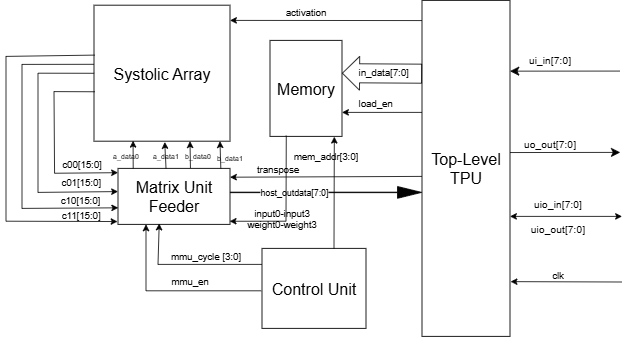
WilliamZhang20/ECE298A-TPU keeps this draw.io diagram as docs/ECE298A-TPU.png. Above is the earlier version. Source tidied: cells renumbered, new cells last; positions are measured from the earlier drawing's top-left corner, leaving out a move shared by most shapes.
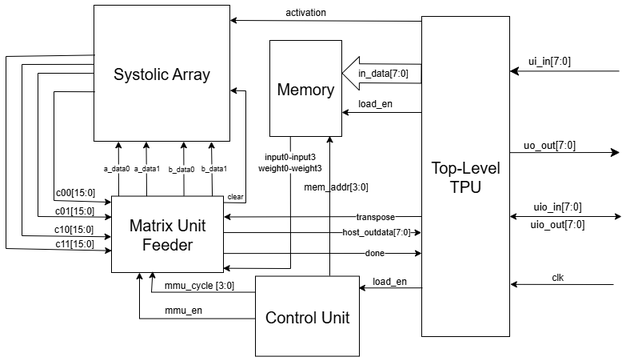
The same diagram one commit later.

Commit message:
Try replacing block diagram

The edit, as a diff of the source:
```diff
@@ -6,16 +6,16 @@
       <mxGeometry x="110" y="6" width="170" height="170" as="geometry" />
     </mxCell>
     <mxCell id="3" value="Top-Level&lt;div&gt;TPU&lt;/div&gt;" style="rounded=0;whiteSpace=wrap;html=1;fontSize=20;" parent="1" vertex="1">
-      <mxGeometry x="520" width="110" height="420" as="geometry" />
+      <mxGeometry x="520" y="20" width="110" height="400" as="geometry" />
     </mxCell>
     <mxCell id="4" value="Memory" style="rounded=0;whiteSpace=wrap;html=1;fontSize=20;" parent="1" vertex="1">
       <mxGeometry x="330" y="50" width="90" height="120" as="geometry" />
     </mxCell>
     <mxCell id="5" value="Control Unit" style="rounded=0;whiteSpace=wrap;html=1;fontSize=20;" parent="1" vertex="1">
-      <mxGeometry x="320" y="310" width="130" height="100" as="geometry" />
+      <mxGeometry x="312" y="344.6" width="130" height="100" as="geometry" />
     </mxCell>
     <mxCell id="6" value="Matrix Unit Feeder" style="rounded=0;whiteSpace=wrap;html=1;fontSize=20;" parent="1" vertex="1">
-      <mxGeometry x="140" y="210" width="140" height="70" as="geometry" />
+      <mxGeometry x="132" y="244.6" width="140" height="95.4" as="geometry" />
     </mxCell>
     <mxCell id="7" style="endArrow=classic;html=1;rounded=0;entryX=1.027;entryY=0.33;entryDx=0;entryDy=0;entryPerimeter=0;startSize=20;endSize=9;jumpSize=8;" parent="1" edge="1">
       <mxGeometry relative="1" as="geometry">
@@ -42,10 +42,10 @@
       </mxGeometry>
     </mxCell>
     <mxCell id="12" value="uio_in[7:0]" style="text;html=1;align=center;verticalAlign=middle;whiteSpace=wrap;rounded=0;fontSize=13;" parent="1" vertex="1">
-      <mxGeometry x="660" y="240" width="60" height="30" as="geometry" />
+      <mxGeometry x="660" y="242" width="60" height="30" as="geometry" />
     </mxCell>
     <mxCell id="13" value="uio_out&lt;span style=&quot;background-color: transparent; color: light-dark(rgb(0, 0, 0), rgb(255, 255, 255));&quot;&gt;[7:0]&lt;/span&gt;" style="text;html=1;align=center;verticalAlign=middle;whiteSpace=wrap;rounded=0;fontSize=13;" parent="1" vertex="1">
-      <mxGeometry x="660" y="261" width="60" height="50" as="geometry" />
+      <mxGeometry x="660" y="259" width="60" height="41" as="geometry" />
     </mxCell>
     <mxCell id="14" style="shape=flexArrow;endArrow=classic;html=1;rounded=0;endWidth=17.460317460317462;endSize=6.828571428571428;width=23.80952380952381;" parent="1" edge="1">
       <mxGeometry relative="1" as="geometry">
@@ -64,162 +64,212 @@
     <mxCell id="17" value="load_en" style="text;html=1;align=center;verticalAlign=middle;whiteSpace=wrap;rounded=0;" parent="1" vertex="1">
       <mxGeometry x="432" y="114" width="60" height="30" as="geometry" />
     </mxCell>
-    <mxCell id="18" style="endArrow=classic;html=1;rounded=0;exitX=0.62;exitY=-0.004;exitDx=0;exitDy=0;exitPerimeter=0;" parent="1" edge="1">
+    <mxCell id="18" style="endArrow=classic;html=1;rounded=0;entryX=0.833;entryY=0.994;entryDx=0;entryDy=0;entryPerimeter=0;" parent="1" edge="1" target="4">
       <mxGeometry relative="1" as="geometry">
-        <mxPoint x="410" y="310" as="sourcePoint" />
-        <mxPoint x="410.4" y="170.4" as="targetPoint" />
+        <mxPoint x="405" y="344" as="sourcePoint" />
       </mxGeometry>
     </mxCell>
     <mxCell id="19" value="mem_addr[3:0]" style="text;html=1;align=center;verticalAlign=middle;whiteSpace=wrap;rounded=0;" parent="1" vertex="1">
-      <mxGeometry x="370" y="180" width="60" height="30" as="geometry" />
+      <mxGeometry x="383" y="217.6" width="60" height="30" as="geometry" />
     </mxCell>
-    <mxCell id="20" style="shape=flexArrow;endArrow=classic;html=1;rounded=0;exitX=1;exitY=0.25;exitDx=0;exitDy=0;width=0.6451612903225806;endSize=9.709677419354838;endWidth=13.132154006243496;fillColor=#040404;" parent="1" edge="1">
-      <mxGeometry relative="1" as="geometry">
-        <mxPoint x="280" y="240" as="sourcePoint" />
-        <mxPoint x="520" y="240" as="targetPoint" />
-      </mxGeometry>
-    </mxCell>
-    <mxCell id="21" value="host_outdata[7:0]" style="edgeLabel;html=1;align=center;verticalAlign=middle;" parent="20" vertex="1">
-      <mxGeometry x="-0.76" relative="1" as="geometry">
-        <mxPoint x="52" as="offset" />
-      </mxGeometry>
-    </mxCell>
     <mxCell id="22" style="endArrow=classic;html=1;rounded=0;entryX=0.368;entryY=0.984;entryDx=0;entryDy=0;entryPerimeter=0;" parent="1" edge="1" target="6">
       <mxGeometry relative="1" as="geometry">
-        <mxPoint x="320" y="330" as="sourcePoint" />
+        <mxPoint x="312" y="364.6" as="sourcePoint" />
         <Array as="points">
-          <mxPoint x="190" y="330" />
+          <mxPoint x="182" y="364.6" />
         </Array>
       </mxGeometry>
     </mxCell>
     <mxCell id="23" value="mmu_cycle [3:0]" style="text;html=1;align=center;verticalAlign=middle;whiteSpace=wrap;rounded=0;" parent="1" vertex="1">
-      <mxGeometry x="200" y="306" width="100" height="30" as="geometry" />
+      <mxGeometry x="192" y="340.6" width="100" height="30" as="geometry" />
     </mxCell>
-    <mxCell id="24" style="endArrow=classic;html=1;rounded=0;entryX=0.321;entryY=0.918;entryDx=0;entryDy=0;entryPerimeter=0;" parent="1" edge="1" target="2">
+    <mxCell id="24" style="endArrow=classic;html=1;rounded=0;entryX=0.256;entryY=0.922;entryDx=0;entryDy=0;entryPerimeter=0;" parent="1" edge="1">
       <mxGeometry relative="1" as="geometry">
-        <mxPoint x="159" y="210" as="sourcePoint" />
+        <mxPoint x="141" y="244.6" as="sourcePoint" />
+        <mxPoint x="140.7" y="176.2" as="targetPoint" />
       </mxGeometry>
     </mxCell>
-    <mxCell id="25" style="endArrow=classic;html=1;rounded=0;exitX=0.085;exitY=0.694;exitDx=0;exitDy=0;exitPerimeter=0;entryX=-0.005;entryY=0.586;entryDx=0;entryDy=0;entryPerimeter=0;" parent="1" edge="1">
-      <mxGeometry relative="1" as="geometry">
-        <mxPoint x="111.2" y="114.2" as="sourcePoint" />
-        <mxPoint x="140" y="215.3" as="targetPoint" />
-        <Array as="points">
-          <mxPoint x="60" y="114" />
-          <mxPoint x="60.7" y="216.1" />
-        </Array>
-      </mxGeometry>
-    </mxCell>
+    <mxCell id="36" value="a_data0" style="edgeLabel;html=1;align=center;verticalAlign=middle;fontSize=9;" parent="24" vertex="1">
+      <mxGeometry x="0.12" relative="1" as="geometry">
+        <mxPoint x="-3" y="3" as="offset" />
+      </mxGeometry>
+    </mxCell>
-    <mxCell id="26" style="endArrow=classic;html=1;rounded=0;exitX=0.08;exitY=0.55;exitDx=0;exitDy=0;exitPerimeter=0;entryX=0;entryY=0.414;entryDx=0;entryDy=0;entryPerimeter=0;" parent="1" edge="1" target="6">
+    <mxCell id="26" style="endArrow=classic;html=1;rounded=0;exitX=0.08;exitY=0.55;exitDx=0;exitDy=0;exitPerimeter=0;entryX=0.002;entryY=0.274;entryDx=0;entryDy=0;entryPerimeter=0;" parent="1" edge="1" target="6">
       <mxGeometry relative="1" as="geometry">
         <mxPoint x="110.2" y="91.1" as="sourcePoint" />
         <Array as="points">
           <mxPoint x="40" y="91" />
-          <mxPoint x="40" y="240" />
+          <mxPoint x="40" y="270" />
         </Array>
       </mxGeometry>
     </mxCell>
-    <mxCell id="27" style="endArrow=classic;html=1;rounded=0;exitX=0.079;exitY=0.445;exitDx=0;exitDy=0;exitPerimeter=0;entryX=0.002;entryY=0.704;entryDx=0;entryDy=0;entryPerimeter=0;" parent="1" edge="1" source="2" target="6">
+    <mxCell id="27" style="endArrow=classic;html=1;rounded=0;exitX=0.079;exitY=0.445;exitDx=0;exitDy=0;exitPerimeter=0;entryX=-0.002;entryY=0.532;entryDx=0;entryDy=0;entryPerimeter=0;" parent="1" edge="1" source="2" target="6">
       <mxGeometry relative="1" as="geometry">
         <Array as="points">
           <mxPoint x="20" y="80" />
-          <mxPoint x="20" y="260" />
+          <mxPoint x="20" y="294" />
         </Array>
       </mxGeometry>
     </mxCell>
-    <mxCell id="28" style="endArrow=classic;html=1;rounded=0;exitX=0.085;exitY=0.388;exitDx=0;exitDy=0;exitPerimeter=0;entryX=-0.005;entryY=0.949;entryDx=0;entryDy=0;entryPerimeter=0;" parent="1" edge="1" source="2" target="6">
+    <mxCell id="28" style="endArrow=classic;html=1;rounded=0;exitX=0.085;exitY=0.388;exitDx=0;exitDy=0;exitPerimeter=0;entryX=0.002;entryY=0.714;entryDx=0;entryDy=0;entryPerimeter=0;" parent="1" edge="1" source="2" target="6">
       <mxGeometry relative="1" as="geometry">
         <Array as="points">
           <mxPoint y="70" />
-          <mxPoint y="276" />
+          <mxPoint y="310" />
         </Array>
       </mxGeometry>
     </mxCell>
     <mxCell id="29" value="c00[15:0]" style="text;html=1;align=center;verticalAlign=middle;whiteSpace=wrap;rounded=0;" parent="1" vertex="1">
-      <mxGeometry x="70" y="190" width="50" height="30" as="geometry" />
+      <mxGeometry x="62" y="224.6" width="50" height="30" as="geometry" />
     </mxCell>
     <mxCell id="30" value="c01[15:0]" style="text;html=1;align=center;verticalAlign=middle;whiteSpace=wrap;rounded=0;" parent="1" vertex="1">
-      <mxGeometry x="69" y="213" width="50" height="30" as="geometry" />
+      <mxGeometry x="61" y="247.6" width="50" height="30" as="geometry" />
     </mxCell>
     <mxCell id="31" value="c10[15:0]" style="text;html=1;align=center;verticalAlign=middle;whiteSpace=wrap;rounded=0;" parent="1" vertex="1">
-      <mxGeometry x="68" y="236" width="50" height="30" as="geometry" />
+      <mxGeometry x="60" y="270.6" width="50" height="30" as="geometry" />
     </mxCell>
     <mxCell id="32" value="c11&lt;span style=&quot;background-color: transparent; color: light-dark(rgb(0, 0, 0), rgb(255, 255, 255));&quot;&gt;[15:0]&lt;/span&gt;" style="text;html=1;align=center;verticalAlign=middle;whiteSpace=wrap;rounded=0;" parent="1" vertex="1">
-      <mxGeometry x="69" y="254" width="50" height="30" as="geometry" />
+      <mxGeometry x="61" y="288.6" width="50" height="30" as="geometry" />
     </mxCell>
-    <mxCell id="33" style="endArrow=classic;html=1;rounded=0;entryX=0.517;entryY=0.926;entryDx=0;entryDy=0;entryPerimeter=0;" parent="1" edge="1" target="2">
+    <mxCell id="33" style="endArrow=classic;html=1;rounded=0;entryX=0.418;entryY=0.922;entryDx=0;entryDy=0;entryPerimeter=0;" parent="1" edge="1">
       <mxGeometry relative="1" as="geometry">
-        <mxPoint x="200" y="210" as="sourcePoint" />
+        <mxPoint x="176" y="244.6" as="sourcePoint" />
+        <mxPoint x="175.4" y="176.2" as="targetPoint" />
       </mxGeometry>
     </mxCell>
+    <mxCell id="37" value="a_data1" style="edgeLabel;html=1;align=center;verticalAlign=middle;fontSize=9;" parent="33" vertex="1">
+      <mxGeometry x="0.12" y="1" relative="1" as="geometry">
+        <mxPoint x="1" y="3" as="offset" />
+      </mxGeometry>
+    </mxCell>
-    <mxCell id="34" style="endArrow=classic;html=1;rounded=0;entryX=0.517;entryY=0.926;entryDx=0;entryDy=0;entryPerimeter=0;exitX=0.647;exitY=-0.005;exitDx=0;exitDy=0;exitPerimeter=0;" parent="1" edge="1" source="6">
+    <mxCell id="34" style="endArrow=classic;html=1;rounded=0;entryX=0.635;entryY=0.922;entryDx=0;entryDy=0;entryPerimeter=0;exitX=0.647;exitY=-0.005;exitDx=0;exitDy=0;exitPerimeter=0;" parent="1" edge="1">
       <mxGeometry relative="1" as="geometry">
-        <mxPoint x="230" y="176" as="targetPoint" />
+        <mxPoint x="222.6" y="244.2" as="sourcePoint" />
+        <mxPoint x="222.3" y="176.2" as="targetPoint" />
       </mxGeometry>
     </mxCell>
+    <mxCell id="38" value="b_data0" style="edgeLabel;html=1;align=center;verticalAlign=middle;fontSize=9;" parent="34" vertex="1">
+      <mxGeometry x="0.18" y="-1" relative="1" as="geometry">
+        <mxPoint x="-5" y="6" as="offset" />
+      </mxGeometry>
+    </mxCell>
-    <mxCell id="35" style="endArrow=classic;html=1;rounded=0;entryX=0.517;entryY=0.926;entryDx=0;entryDy=0;entryPerimeter=0;exitX=0.647;exitY=-0.005;exitDx=0;exitDy=0;exitPerimeter=0;" parent="1" edge="1">
+    <mxCell id="35" style="endArrow=classic;html=1;rounded=0;entryX=0.819;entryY=0.923;entryDx=0;entryDy=0;entryPerimeter=0;exitX=0.647;exitY=-0.005;exitDx=0;exitDy=0;exitPerimeter=0;" parent="1" edge="1">
       <mxGeometry relative="1" as="geometry">
-        <mxPoint x="268.5" y="210" as="sourcePoint" />
-        <mxPoint x="267.5" y="176" as="targetPoint" />
+        <mxPoint x="258.1" y="244.6" as="sourcePoint" />
+        <mxPoint x="257" y="176.4" as="targetPoint" />
       </mxGeometry>
     </mxCell>
-    <mxCell id="36" value="a_data0" style="text;html=1;align=center;verticalAlign=middle;whiteSpace=wrap;rounded=0;fontSize=9;" parent="1" vertex="1">
-      <mxGeometry x="120" y="180" width="60" height="30" as="geometry" />
-    </mxCell>
-    <mxCell id="37" value="a_data1" style="text;html=1;align=center;verticalAlign=middle;whiteSpace=wrap;rounded=0;fontSize=9;" parent="1" vertex="1">
-      <mxGeometry x="170" y="180" width="60" height="30" as="geometry" />
-    </mxCell>
-    <mxCell id="38" value="b_data0" style="text;html=1;align=center;verticalAlign=middle;whiteSpace=wrap;rounded=0;fontSize=9;" parent="1" vertex="1">
-      <mxGeometry x="210" y="180" width="60" height="30" as="geometry" />
-    </mxCell>
+    <mxCell id="50" value="&lt;span style=&quot;color: rgba(0, 0, 0, 0); font-family: monospace; font-size: 0px; text-align: start; background-color: rgb(236, 236, 236);&quot;&gt;%3CmxGraphModel%3E%3Croot%3E%3CmxCell%20id%3D%220%22%2F%3E%3CmxCell%20id%3D%221%22%20parent%3D%220%22%2F%3E%3CmxCell%20id%3D%222%22%20value%3D%22b_data1%22%20style%3D%22text%3Bhtml%3D1%3Balign%3Dcenter%3BverticalAlign%3Dmiddle%3BwhiteSpace%3Dwrap%3Brounded%3D0%3BfontSize%3D9%3B%22%20vertex%3D%221%22%20parent%3D%221%22%3E%3CmxGeometry%20x%3D%22259%22%20y%3D%22306.22%22%20width%3D%2260%22%20height%3D%2230%22%20as%3D%22geometry%22%2F%3E%3C%2FmxCell%3E%3C%2Froot%3E%3C%2FmxGraphModel%3E&lt;/span&gt;" style="edgeLabel;html=1;align=center;verticalAlign=middle;" parent="35" vertex="1">
+      <mxGeometry x="-0.1" y="-1" relative="1" as="geometry" />
+    </mxCell>
+    <mxCell id="51" value="&lt;span style=&quot;color: rgba(0, 0, 0, 0); font-family: monospace; font-size: 0px; text-align: start; background-color: rgb(236, 236, 236);&quot;&gt;%3CmxGraphModel%3E%3Croot%3E%3CmxCell%20id%3D%220%22%2F%3E%3CmxCell%20id%3D%221%22%20parent%3D%220%22%2F%3E%3CmxCell%20id%3D%222%22%20value%3D%22b_data1%22%20style%3D%22text%3Bhtml%3D1%3Balign%3Dcenter%3BverticalAlign%3Dmiddle%3BwhiteSpace%3Dwrap%3Brounded%3D0%3BfontSize%3D9%3B%22%20vertex%3D%221%22%20parent%3D%221%22%3E%3CmxGeometry%20x%3D%22259%22%20y%3D%22306.22%22%20width%3D%2260%22%20height%3D%2230%22%20as%3D%22geometry%22%2F%3E%3C%2FmxCell%3E%3C%2Froot%3E%3C%2FmxGraphModel%3E&lt;/span&gt;" style="edgeLabel;html=1;align=center;verticalAlign=middle;" parent="35" vertex="1">
+      <mxGeometry x="-0.03" relative="1" as="geometry" />
+    </mxCell>
+    <mxCell id="52" value="&lt;span style=&quot;color: rgba(0, 0, 0, 0); font-family: monospace; font-size: 0px; text-align: start; background-color: rgb(236, 236, 236);&quot;&gt;%3CmxGraphModel%3E%3Croot%3E%3CmxCell%20id%3D%220%22%2F%3E%3CmxCell%20id%3D%221%22%20parent%3D%220%22%2F%3E%3CmxCell%20id%3D%222%22%20value%3D%22b_data1%22%20style%3D%22text%3Bhtml%3D1%3Balign%3Dcenter%3BverticalAlign%3Dmiddle%3BwhiteSpace%3Dwrap%3Brounded%3D0%3BfontSize%3D9%3B%22%20vertex%3D%221%22%20parent%3D%221%22%3E%3CmxGeometry%20x%3D%22259%22%20y%3D%22306.22%22%20width%3D%2260%22%20height%3D%2230%22%20as%3D%22geometry%22%2F%3E%3C%2FmxCell%3E%3C%2Froot%3E%3C%2FmxGraphModel%3E&lt;/span&gt;" style="edgeLabel;html=1;align=center;verticalAlign=middle;" parent="35" vertex="1">
+      <mxGeometry x="-0.05" relative="1" as="geometry" />
+    </mxCell>
-    <mxCell id="39" value="b_data1" style="text;html=1;align=center;verticalAlign=middle;whiteSpace=wrap;rounded=0;fontSize=9;" parent="1" vertex="1">
-      <mxGeometry x="250" y="183" width="60" height="30" as="geometry" />
+    <mxCell id="39" value="b_data1" style="edgeLabel;html=1;align=center;verticalAlign=middle;fontSize=9;" parent="35" vertex="1">
+      <mxGeometry x="-0.09" relative="1" as="geometry">
+        <mxPoint x="2" y="-4" as="offset" />
+      </mxGeometry>
     </mxCell>
     <mxCell id="40" style="endArrow=classic;html=1;rounded=0;entryX=1.007;entryY=0.837;entryDx=0;entryDy=0;entryPerimeter=0;" parent="1" edge="1" target="3">
       <mxGeometry relative="1" as="geometry">
-        <mxPoint x="770" y="352" as="sourcePoint" />
+        <mxPoint x="760" y="355" as="sourcePoint" />
       </mxGeometry>
     </mxCell>
     <mxCell id="41" value="clk" style="text;html=1;align=center;verticalAlign=middle;whiteSpace=wrap;rounded=0;" parent="1" vertex="1">
-      <mxGeometry x="660" y="329" width="60" height="30" as="geometry" />
+      <mxGeometry x="660" y="331" width="60" height="30" as="geometry" />
     </mxCell>
-    <mxCell id="42" style="endArrow=classic;html=1;rounded=0;exitX=0;exitY=0.06;exitDx=0;exitDy=0;exitPerimeter=0;" parent="1" edge="1" source="3">
+    <mxCell id="42" style="endArrow=classic;html=1;rounded=0;" parent="1" edge="1">
       <mxGeometry relative="1" as="geometry">
+        <mxPoint x="520" y="26" as="sourcePoint" />
         <mxPoint x="280" y="25" as="targetPoint" />
       </mxGeometry>
     </mxCell>
     <mxCell id="43" value="activation" style="text;html=1;align=center;verticalAlign=middle;whiteSpace=wrap;rounded=0;" parent="1" vertex="1">
       <mxGeometry x="345" width="60" height="30" as="geometry" />
     </mxCell>
-    <mxCell id="44" style="endArrow=classic;html=1;rounded=0;exitX=0.003;exitY=0.512;exitDx=0;exitDy=0;exitPerimeter=0;" parent="1" edge="1">
+    <mxCell id="44" style="endArrow=classic;html=1;rounded=0;exitX=0;exitY=0.626;exitDx=0;exitDy=0;exitPerimeter=0;entryX=1.003;entryY=0.276;entryDx=0;entryDy=0;entryPerimeter=0;" parent="1" edge="1">
       <mxGeometry relative="1" as="geometry">
-        <mxPoint x="520" y="220" as="sourcePoint" />
-        <mxPoint x="280" y="221" as="targetPoint" />
+        <mxPoint x="520" y="270" as="sourcePoint" />
+        <mxPoint x="272.4" y="270.5" as="targetPoint" />
       </mxGeometry>
     </mxCell>
-    <mxCell id="45" value="transpose" style="text;html=1;align=center;verticalAlign=middle;whiteSpace=wrap;rounded=0;" parent="1" vertex="1">
-      <mxGeometry x="310" y="197" width="60" height="30" as="geometry" />
+    <mxCell id="45" value="transpose" style="edgeLabel;html=1;align=center;verticalAlign=middle;" parent="44" vertex="1">
+      <mxGeometry x="-0.61" y="-1" relative="1" as="geometry">
+        <mxPoint x="-10" as="offset" />
+      </mxGeometry>
     </mxCell>
     <mxCell id="46" style="endArrow=classic;html=1;rounded=0;entryX=0.25;entryY=1;entryDx=0;entryDy=0;" parent="1" edge="1" target="6">
       <mxGeometry relative="1" as="geometry">
-        <mxPoint x="319" y="363" as="sourcePoint" />
+        <mxPoint x="311" y="397.6" as="sourcePoint" />
         <Array as="points">
-          <mxPoint x="175" y="363" />
+          <mxPoint x="167" y="397.6" />
         </Array>
       </mxGeometry>
     </mxCell>
     <mxCell id="47" value="mmu_en" style="text;html=1;align=center;verticalAlign=middle;whiteSpace=wrap;rounded=0;" parent="1" vertex="1">
-      <mxGeometry x="200" y="337" width="60" height="30" as="geometry" />
+      <mxGeometry x="192" y="371.6" width="60" height="30" as="geometry" />
     </mxCell>
+    <mxCell id="49" style="endArrow=classic;html=1;rounded=0;exitX=0.286;exitY=0.996;exitDx=0;exitDy=0;exitPerimeter=0;entryX=0.997;entryY=0.944;entryDx=0;entryDy=0;entryPerimeter=0;" parent="1" edge="1" source="4" target="6">
+      <mxGeometry relative="1" as="geometry">
+        <Array as="points">
+          <mxPoint x="356" y="335" />
+        </Array>
+      </mxGeometry>
+    </mxCell>
-    <mxCell id="48" value="input0-input3&lt;br&gt;weight0-weight3&lt;br&gt;&lt;div&gt;&lt;br&gt;&lt;/div&gt;" style="text;html=1;align=center;verticalAlign=middle;whiteSpace=wrap;rounded=0;fillColor=#FFFFFF;" parent="1" vertex="1">
-      <mxGeometry x="295" y="266" width="100" height="30" as="geometry" />
+    <mxCell id="48" value="input0-input3&lt;br&gt;weight0-weight3" style="edgeLabel;html=1;align=center;verticalAlign=middle;" parent="49" vertex="1">
+      <mxGeometry x="-0.67" y="-1" relative="1" as="geometry">
+        <mxPoint y="-9" as="offset" />
+      </mxGeometry>
     </mxCell>
-    <mxCell id="49" style="endArrow=classic;html=1;rounded=0;exitX=0.226;exitY=0.992;exitDx=0;exitDy=0;exitPerimeter=0;entryX=0.997;entryY=0.944;entryDx=0;entryDy=0;entryPerimeter=0;" parent="1" edge="1" source="4" target="6">
-      <mxGeometry relative="1" as="geometry">
-        <Array as="points">
-          <mxPoint x="350" y="276" />
-        </Array>
-      </mxGeometry>
-    </mxCell>
+    <mxCell id="53" value="load_en" style="text;html=1;align=center;verticalAlign=middle;whiteSpace=wrap;rounded=0;" parent="1" vertex="1">
+      <mxGeometry x="450" y="336" width="60" height="30" as="geometry" />
+    </mxCell>
+    <mxCell id="54" style="endArrow=classic;html=1;rounded=0;entryX=0.991;entryY=0.147;entryDx=0;entryDy=0;exitX=0.009;exitY=0.848;exitDx=0;exitDy=0;entryPerimeter=0;exitPerimeter=0;" parent="1" edge="1" source="3" target="5">
+      <mxGeometry relative="1" as="geometry" />
+    </mxCell>
+    <mxCell id="55" style="endArrow=classic;html=1;rounded=0;exitX=0.085;exitY=0.694;exitDx=0;exitDy=0;exitPerimeter=0;entryX=0;entryY=0.079;entryDx=0;entryDy=0;entryPerimeter=0;" parent="1" edge="1" target="6">
+      <mxGeometry relative="1" as="geometry">
+        <mxPoint x="111.2" y="114.2" as="sourcePoint" />
+        <Array as="points">
+          <mxPoint x="60" y="114" />
+          <mxPoint x="60" y="250" />
+        </Array>
+      </mxGeometry>
+    </mxCell>
+    <mxCell id="56" style="endArrow=classic;html=1;rounded=0;exitX=0.999;exitY=0.529;exitDx=0;exitDy=0;entryX=-0.004;entryY=0.667;entryDx=0;entryDy=0;entryPerimeter=0;exitPerimeter=0;" parent="1" edge="1">
+      <mxGeometry relative="1" as="geometry">
+        <mxPoint x="271.9" y="290" as="sourcePoint" />
+        <mxPoint x="519.6" y="290.1" as="targetPoint" />
+      </mxGeometry>
+    </mxCell>
+    <mxCell id="21" value="host_outdata[7:0]" style="edgeLabel;html=1;align=center;verticalAlign=middle;" parent="56" vertex="1">
+      <mxGeometry x="-0.69" y="-2" relative="1" as="geometry">
+        <mxPoint x="152" y="-3" as="offset" />
+      </mxGeometry>
+    </mxCell>
+    <mxCell id="57" style="endArrow=classic;html=1;rounded=0;exitX=1.005;exitY=0.084;exitDx=0;exitDy=0;exitPerimeter=0;entryX=0.922;entryY=0.607;entryDx=0;entryDy=0;entryPerimeter=0;" parent="1" edge="1" source="6" target="2">
+      <mxGeometry relative="1" as="geometry">
+        <Array as="points">
+          <mxPoint x="300" y="253" />
+          <mxPoint x="300" y="113" />
+        </Array>
+      </mxGeometry>
+    </mxCell>
+    <mxCell id="58" value="&lt;font style=&quot;font-size: 9px;&quot;&gt;clear&lt;/font&gt;" style="text;html=1;align=center;verticalAlign=middle;whiteSpace=wrap;rounded=0;" parent="1" vertex="1">
+      <mxGeometry x="257" y="228.6" width="60" height="30" as="geometry" />
+    </mxCell>
+    <mxCell id="59" style="endArrow=classic;html=1;rounded=0;exitX=1;exitY=0.75;exitDx=0;exitDy=0;" parent="1" edge="1" source="6">
+      <mxGeometry relative="1" as="geometry">
+        <mxPoint x="520" y="316" as="targetPoint" />
+      </mxGeometry>
+    </mxCell>
+    <mxCell id="60" value="done" style="edgeLabel;html=1;align=center;verticalAlign=middle;" parent="59" vertex="1">
+      <mxGeometry x="-0.88" relative="1" as="geometry">
+        <mxPoint x="174" y="-2" as="offset" />
+      </mxGeometry>
+    </mxCell>
   </root>
 </mxGraphModel>
```
